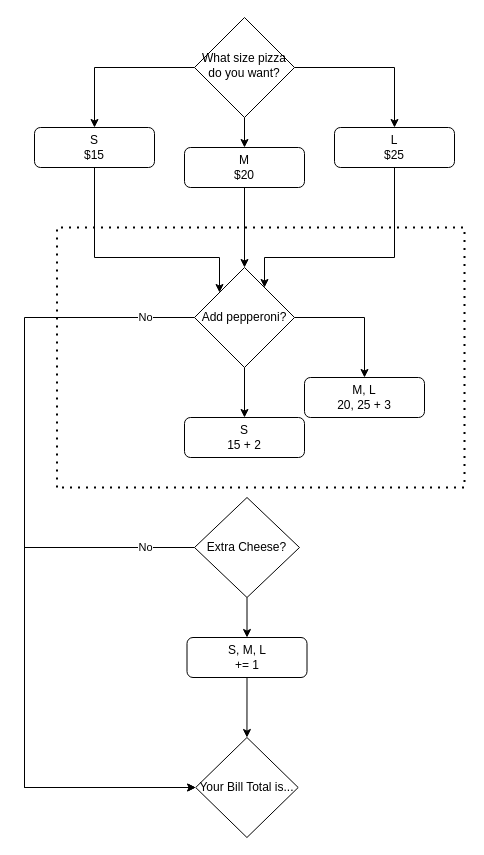
This is Untitled Diagram.drawio from LynnBean/100-Days-of-Code, a draw.io file, before an edit. Source tidied: cells renumbered, new cells numbered last; positions are measured from the earlier drawing's top-left corner, leaving out a move shared by most shapes. Both pictures are drawn from the tidied source at 100%, with x=0, y=0 at pixel (24, 17).
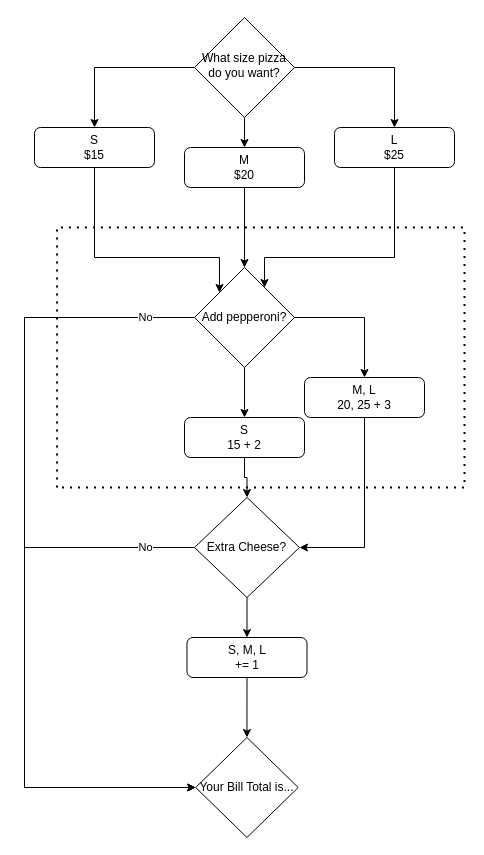
Above is the later version.

Commit message:
Pizza Order flow chart

Unchanged cells that the change refers to:
```xml
<mxCell id="16" value="S&lt;br&gt;15 + 2" style="rounded=1;whiteSpace=wrap;html=1;" parent="1" vertex="1">
  <mxGeometry x="160" y="400" width="120" height="40" as="geometry" />
</mxCell>
<mxCell id="17" value="M, L&lt;br&gt;20, 25 + 3" style="rounded=1;whiteSpace=wrap;html=1;" parent="1" vertex="1">
  <mxGeometry x="280" y="360" width="120" height="40" as="geometry" />
</mxCell>
<mxCell id="21" value="Extra Cheese?" style="rhombus;whiteSpace=wrap;html=1;" parent="1" vertex="1">
  <mxGeometry x="170" y="480" width="105" height="100" as="geometry" />
</mxCell>
```

What changed in the source:
```diff
@@
+    <mxCell id="25" style="edgeStyle=orthogonalEdgeStyle;rounded=0;jettySize=auto;html=1;entryX=0.5;entryY=0;entryDx=0;entryDy=0;" parent="1" edge="1" source="16" target="21">
+      <mxGeometry relative="1" as="geometry" />
+    </mxCell>
@@
+    <mxCell id="26" style="edgeStyle=orthogonalEdgeStyle;rounded=0;jettySize=auto;html=1;entryX=1;entryY=0.5;entryDx=0;entryDy=0;" parent="1" edge="1" source="17" target="21">
+      <mxGeometry relative="1" as="geometry">
+        <Array as="points">
+          <mxPoint x="340" y="530" />
+        </Array>
+      </mxGeometry>
+    </mxCell>
```
